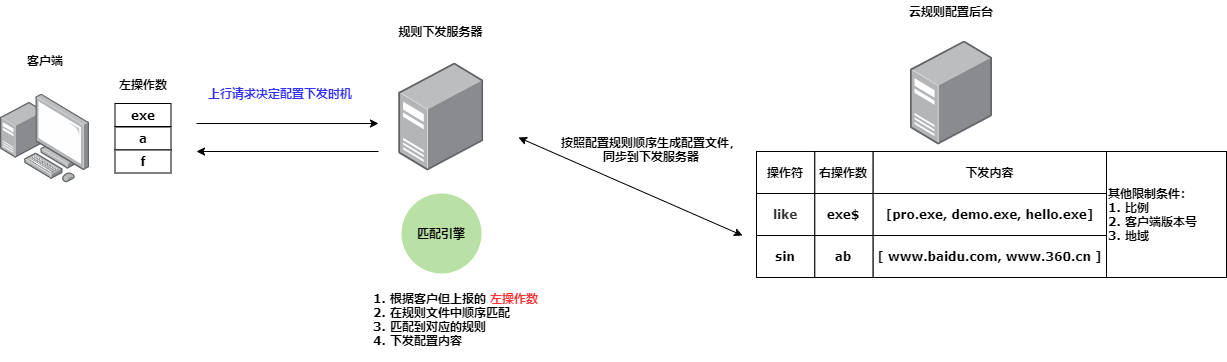
This is net/Untitled Diagram.png from aizsfgk/cdn, a draw.io export, as it was before one commit. Source tidied: cells renumbered, new cells last; positions are measured from the earlier drawing's top-left corner, leaving out a move shared by most shapes.
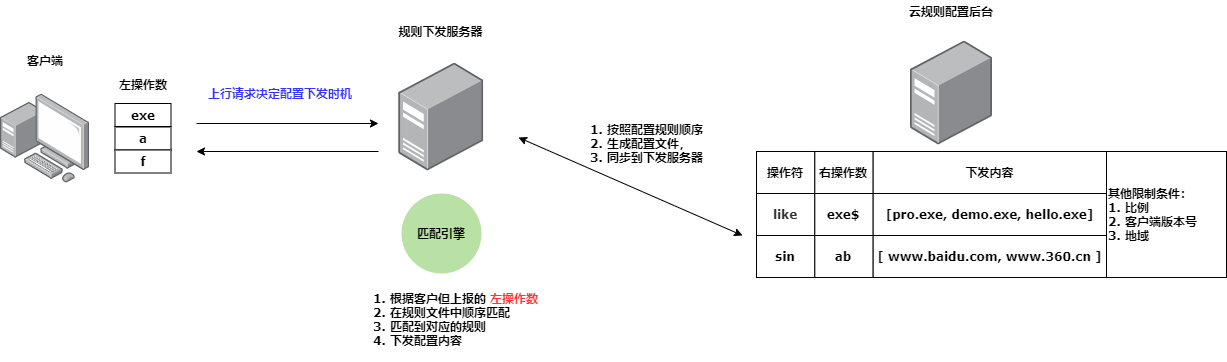
The same diagram one commit later.

The edit, as a diff of the source:
```diff
@@ -68,8 +68,8 @@
         <mxPoint x="742" y="234" as="targetPoint" />
       </mxGeometry>
     </mxCell>
-    <mxCell id="23" value="按照配置规则顺序生成配置文件，同步到下发服务器" style="text;html=1;strokeColor=none;fillColor=none;align=center;verticalAlign=middle;whiteSpace=wrap;rounded=0;fontFamily=Verdana;fontStyle=1;" parent="1" vertex="1">
-      <mxGeometry x="560" y="103.5" width="182" height="88.5" as="geometry" />
+    <mxCell id="23" value="1. 按照配置规则顺序&lt;br&gt;2. 生成配置文件，&lt;br&gt;3. 同步到下发服务器" style="text;html=1;strokeColor=none;fillColor=none;align=left;verticalAlign=middle;whiteSpace=wrap;rounded=0;fontFamily=Verdana;fontStyle=1;" parent="1" vertex="1">
+      <mxGeometry x="588" y="92.5" width="182" height="98" as="geometry" />
     </mxCell>
     <mxCell id="24" value="a" style="rounded=0;whiteSpace=wrap;html=1;fontFamily=Verdana;fontStyle=1;" parent="1" vertex="1">
       <mxGeometry x="114.5" y="125.5" width="56" height="23" as="geometry" />
```
